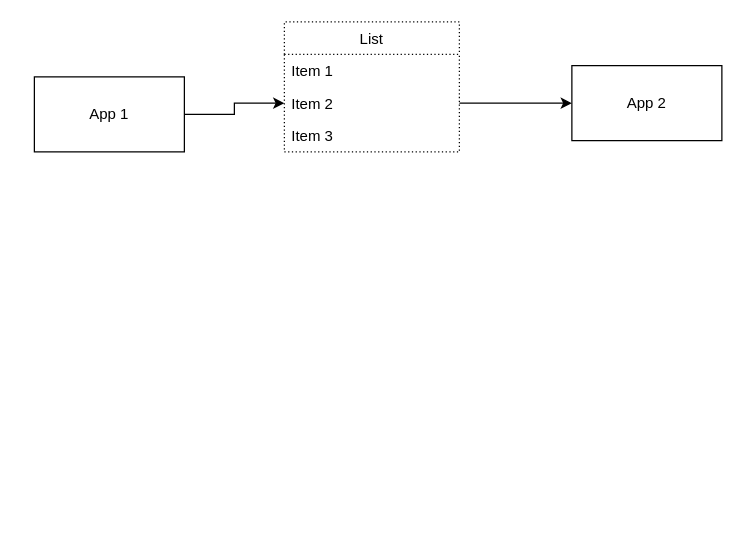
This is Untitled Diagram.drawio from SlavaVedernikov/tshirtmaker, a draw.io file, before an edit. Source tidied: cells renumbered, new cells numbered last; positions are measured from the earlier drawing's top-left corner, leaving out a move shared by most shapes. Both pictures are drawn from the tidied source at 125%, with x=0, y=0 at pixel (34, 21).
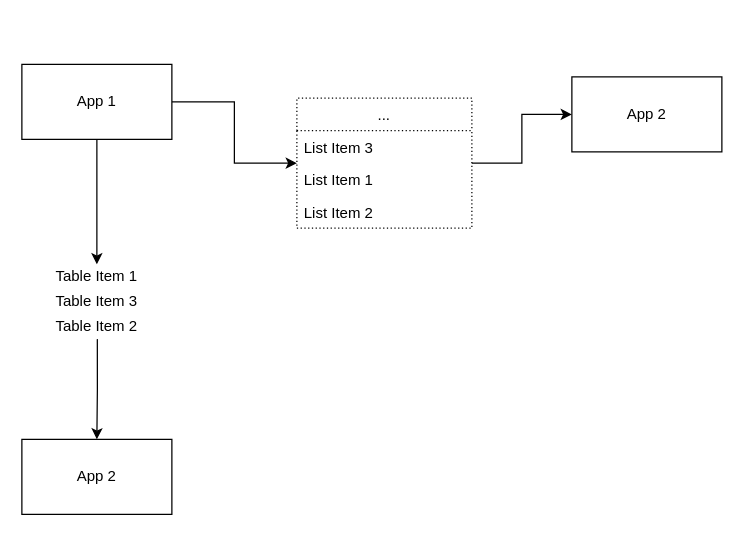
After the change.

The edit, as a diff of the source:
```diff
@@
 <mxGraphModel>
   <root>
     <mxCell id="0" />
     <mxCell id="1" parent="0" />
-    <mxCell id="2" style="edgeStyle=orthogonalEdgeStyle;rounded=0;jettySize=auto;html=1;exitX=1;exitY=0.5;exitDx=0;exitDy=0;entryX=0;entryY=0.5;entryDx=0;entryDy=0;" parent="1" edge="1" source="3" target="8">
+    <mxCell id="2" style="edgeStyle=orthogonalEdgeStyle;rounded=0;jettySize=auto;html=1;exitX=1;exitY=0.5;exitDx=0;exitDy=0;" parent="1" edge="1" source="3" target="6">
       <mxGeometry relative="1" as="geometry" />
     </mxCell>
     <mxCell id="3" value="App 1" style="rounded=0;whiteSpace=wrap;html=1;" parent="1" vertex="1">
-      <mxGeometry y="44" width="120" height="60" as="geometry" />
+      <mxGeometry x="-10" y="34" width="120" height="60" as="geometry" />
     </mxCell>
     <mxCell id="4" value="App 2" style="rounded=0;whiteSpace=wrap;html=1;" parent="1" vertex="1">
-      <mxGeometry x="430" y="35" width="120" height="60" as="geometry" />
+      <mxGeometry x="430" y="44" width="120" height="60" as="geometry" />
     </mxCell>
-    <mxCell id="5" style="edgeStyle=orthogonalEdgeStyle;rounded=0;jettySize=auto;html=1;exitX=1;exitY=0.5;exitDx=0;exitDy=0;entryX=0;entryY=0.5;entryDx=0;entryDy=0;" parent="1" edge="1" source="8" target="4">
+    <mxCell id="5" style="edgeStyle=orthogonalEdgeStyle;rounded=0;jettySize=auto;html=1;entryX=0;entryY=0.5;entryDx=0;entryDy=0;" parent="1" edge="1" source="6" target="4">
       <mxGeometry relative="1" as="geometry" />
     </mxCell>
-    <mxCell id="6" value="List" style="swimlane;fontStyle=0;horizontal=1;startSize=26;fillColor=none;dashed=1;dashPattern=1 2;" parent="1" vertex="1">
-      <mxGeometry x="200" width="140" height="104" as="geometry" />
+    <mxCell id="6" value="..." style="swimlane;fontStyle=0;horizontal=1;startSize=26;fillColor=none;dashed=1;dashPattern=1 2;" parent="1" vertex="1">
+      <mxGeometry x="210" y="61" width="140" height="104" as="geometry" />
     </mxCell>
+    <mxCell id="9" value="List Item 3" style="text;strokeColor=none;fillColor=none;align=left;verticalAlign=top;spacingLeft=4;spacingRight=4;overflow=hidden;" parent="6" vertex="1">
+      <mxGeometry y="26" width="140" height="26" as="geometry" />
+    </mxCell>
-    <mxCell id="7" value="Item 1" style="text;strokeColor=none;fillColor=none;align=left;verticalAlign=top;spacingLeft=4;spacingRight=4;overflow=hidden;" parent="6" vertex="1">
-      <mxGeometry y="26" width="140" height="26" as="geometry" />
+    <mxCell id="7" value="List Item 1" style="text;strokeColor=none;fillColor=none;align=left;verticalAlign=top;spacingLeft=4;spacingRight=4;overflow=hidden;" parent="6" vertex="1">
+      <mxGeometry y="52" width="140" height="26" as="geometry" />
     </mxCell>
-    <mxCell id="8" value="Item 2" style="text;strokeColor=none;fillColor=none;align=left;verticalAlign=top;spacingLeft=4;spacingRight=4;overflow=hidden;points=[[0,0.5],[1,0.5]];portConstraint=eastwest;" parent="6" vertex="1">
-      <mxGeometry y="52" width="140" height="26" as="geometry" />
+    <mxCell id="8" value="List Item 2" style="text;strokeColor=none;fillColor=none;align=left;verticalAlign=top;spacingLeft=4;spacingRight=4;overflow=hidden;points=[[0,0.5],[1,0.5]];portConstraint=eastwest;" parent="6" vertex="1">
+      <mxGeometry y="78" width="140" height="26" as="geometry" />
     </mxCell>
-    <mxCell id="9" value="Item 3" style="text;strokeColor=none;fillColor=none;align=left;verticalAlign=top;spacingLeft=4;spacingRight=4;overflow=hidden;" parent="6" vertex="1">
-      <mxGeometry y="78" width="140" height="26" as="geometry" />
-    </mxCell>
+    <mxCell id="10" style="shape=table;html=1;whiteSpace=wrap;startSize=0;childLayout=tableLayout;dashed=1;dashPattern=1 2;strokeColor=none;" parent="1" vertex="1">
+      <mxGeometry x="-10" y="194" width="120" height="60" as="geometry" />
+    </mxCell>
+    <mxCell id="11" style="shape=partialRectangle;html=1;whiteSpace=wrap;fillColor=none;top=0;left=0;bottom=0;right=0;points=[[0,0.5],[1,0.5]];portConstraint=eastwest;" parent="10" vertex="1">
+      <mxGeometry width="120" height="20" as="geometry" />
+    </mxCell>
+    <mxCell id="12" value="Table Item 1" style="shape=partialRectangle;html=1;whiteSpace=wrap;overflow=hidden;fillColor=none;top=0;left=0;bottom=0;right=0;" parent="11" vertex="1">
+      <mxGeometry width="120" height="20" as="geometry" />
+    </mxCell>
+    <mxCell id="13" style="shape=partialRectangle;html=1;whiteSpace=wrap;fillColor=none;top=0;left=0;bottom=0;right=0;" parent="10" vertex="1">
+      <mxGeometry y="20" width="120" height="20" as="geometry" />
+    </mxCell>
+    <mxCell id="14" value="Table Item 3" style="shape=partialRectangle;html=1;whiteSpace=wrap;overflow=hidden;fillColor=none;top=0;left=0;bottom=0;right=0;" parent="13" vertex="1">
+      <mxGeometry width="120" height="20" as="geometry" />
+    </mxCell>
+    <mxCell id="15" style="shape=partialRectangle;html=1;whiteSpace=wrap;fillColor=none;top=0;left=0;bottom=0;right=0;points=[[0,0.5],[1,0.5]];portConstraint=eastwest;" parent="10" vertex="1">
+      <mxGeometry y="40" width="120" height="20" as="geometry" />
+    </mxCell>
+    <mxCell id="16" value="Table Item 2" style="shape=partialRectangle;html=1;whiteSpace=wrap;overflow=hidden;fillColor=none;top=0;left=0;bottom=0;right=0;" parent="15" vertex="1">
+      <mxGeometry width="120" height="20" as="geometry" />
+    </mxCell>
+    <mxCell id="17" value="App 2" style="rounded=0;whiteSpace=wrap;html=1;" parent="1" vertex="1">
+      <mxGeometry x="-10" y="334" width="120" height="60" as="geometry" />
+    </mxCell>
+    <mxCell id="18" style="edgeStyle=orthogonalEdgeStyle;rounded=0;jettySize=auto;html=1;exitX=0.5;exitY=1;exitDx=0;exitDy=0;entryX=0.5;entryY=0;entryDx=0;entryDy=0;entryPerimeter=0;" parent="1" edge="1" source="3" target="11">
+      <mxGeometry relative="1" as="geometry" />
+    </mxCell>
+    <mxCell id="19" style="edgeStyle=orthogonalEdgeStyle;rounded=0;jettySize=auto;html=1;entryX=0.5;entryY=0;entryDx=0;entryDy=0;exitX=0.503;exitY=0.99;exitDx=0;exitDy=0;exitPerimeter=0;" parent="1" edge="1" source="15" target="17">
+      <mxGeometry relative="1" as="geometry" />
+    </mxCell>
   </root>
 </mxGraphModel>
```
